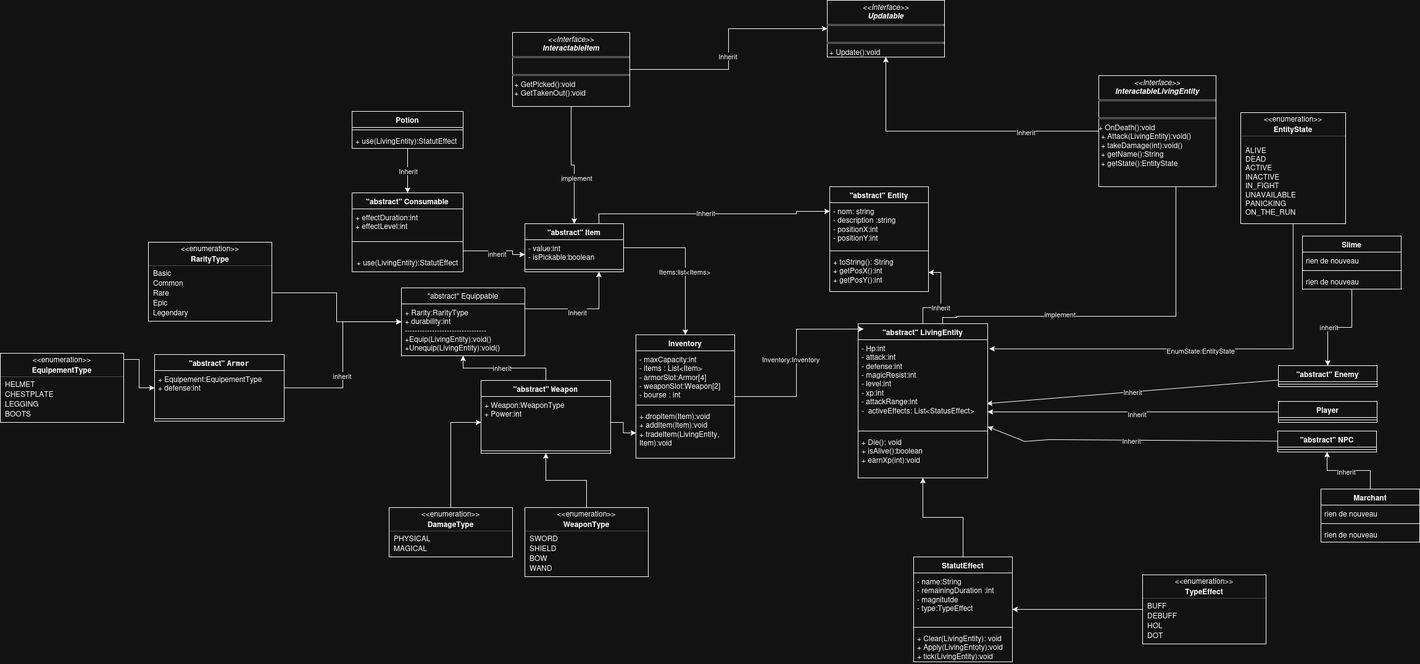
llibanm/Game_V0 keeps this draw.io diagram as UML game .drawio.png. Above is the earlier version. Source tidied: cells renumbered, new cells last; positions are measured from the earlier drawing's top-left corner, leaving out a move shared by most shapes.
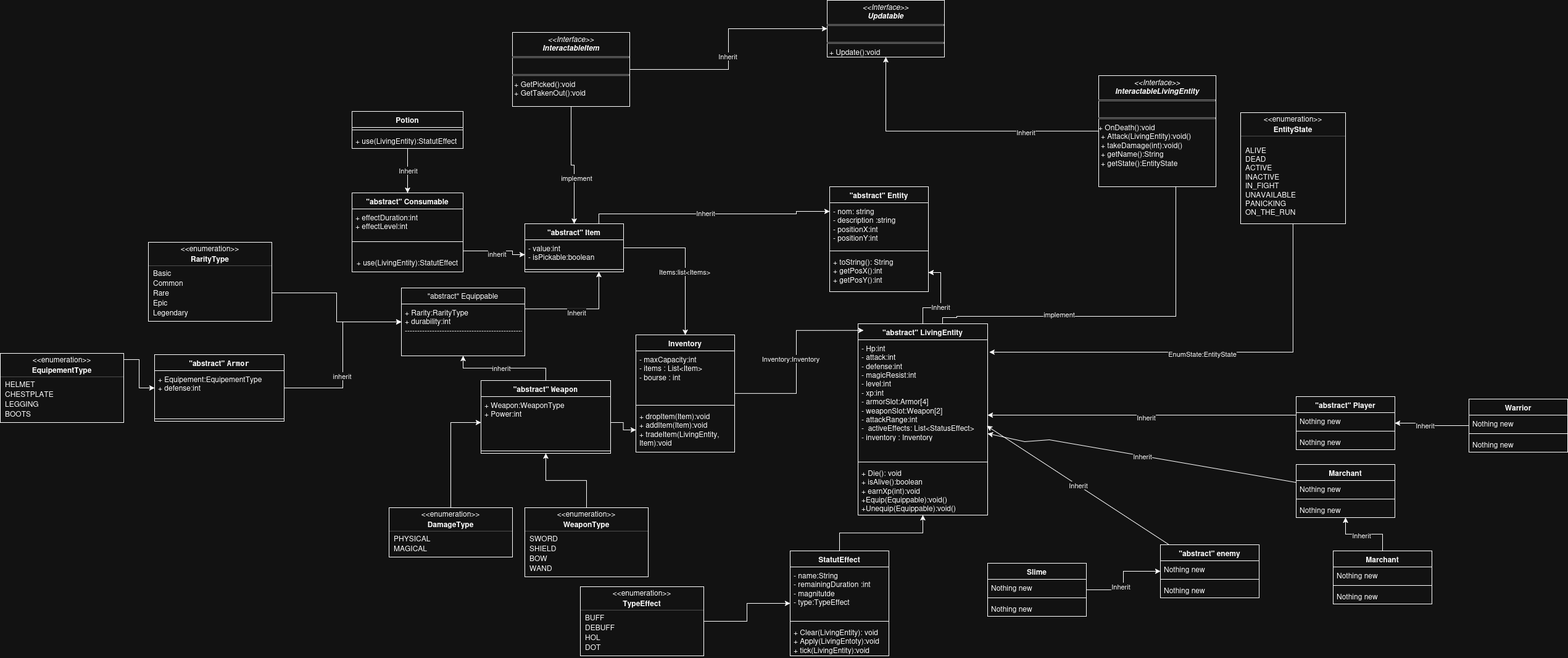
The same diagram one commit later.

Commit message:
changed armor and weapon slot from equippable as well as equip and unequip to Class LivingEntity

Change to the diagram source:
```diff
@@ -16,9 +16,3 @@
     </mxCell>
-    <mxCell id="6" value="&quot;abstract&quot;&amp;nbsp;NPC" style="swimlane;fontStyle=1;align=center;verticalAlign=top;horizontal=1;startSize=26;whiteSpace=wrap;html=1;" parent="1" vertex="1">
-      <mxGeometry x="2070" y="698" width="160" height="34" as="geometry" />
-    </mxCell>
-    <mxCell id="7" style="line;strokeWidth=1;fillColor=none;align=left;verticalAlign=middle;spacingTop=-1;spacingLeft=3;spacingRight=3;labelPosition=right;strokeColor=inherit;" parent="6" vertex="1">
-      <mxGeometry y="26" width="160" height="8" as="geometry" />
-    </mxCell>
-    <mxCell id="8" style="endArrow=classic;html=1;rounded=0;" parent="1" edge="1" source="6" target="30">
+    <mxCell id="8" style="endArrow=classic;html=1;rounded=0;" parent="1" edge="1" source="165" target="30">
       <mxGeometry relative="1" as="geometry">
@@ -33,9 +27,3 @@
     </mxCell>
-    <mxCell id="10" value="&quot;abstract&quot; Enemy" style="swimlane;fontStyle=1;align=center;verticalAlign=top;horizontal=1;startSize=26;whiteSpace=wrap;html=1;" parent="1" vertex="1">
-      <mxGeometry x="2071" y="592" width="160" height="34" as="geometry" />
-    </mxCell>
-    <mxCell id="11" style="line;strokeWidth=1;fillColor=none;align=left;verticalAlign=middle;spacingTop=-1;spacingLeft=3;spacingRight=3;labelPosition=right;strokeColor=inherit;" parent="10" vertex="1">
-      <mxGeometry y="26" width="160" height="8" as="geometry" />
-    </mxCell>
-    <mxCell id="12" style="endArrow=classic;html=1;rounded=0;entryX=0.994;entryY=0.719;entryDx=0;entryDy=0;entryPerimeter=0;" parent="1" edge="1" source="10" target="31">
+    <mxCell id="12" style="endArrow=classic;html=1;rounded=0;entryX=0.994;entryY=0.719;entryDx=0;entryDy=0;entryPerimeter=0;" parent="1" edge="1" source="161" target="31">
       <mxGeometry relative="1" as="geometry" />
@@ -101,12 +89,12 @@
     <mxCell id="30" value="&quot;abstract&quot;&amp;nbsp;LivingEntity" style="swimlane;fontStyle=1;align=center;verticalAlign=top;horizontal=1;startSize=26;whiteSpace=wrap;html=1;" parent="1" vertex="1">
-      <mxGeometry x="1390" y="524" width="210" height="250" as="geometry" />
+      <mxGeometry x="1390" y="524" width="210" height="310" as="geometry" />
     </mxCell>
-    <mxCell id="31" value="&lt;div&gt;- Hp:int&lt;/div&gt;&lt;div&gt;- attack:int&lt;/div&gt;&lt;div&gt;- defense:int&lt;/div&gt;&lt;div&gt;- magicResist:int&lt;/div&gt;&lt;div&gt;- level:int&lt;/div&gt;&lt;div&gt;- xp:int&lt;/div&gt;&lt;div&gt;- attackRange:int&lt;/div&gt;&lt;div&gt;-&amp;nbsp; activeEffects: List&amp;lt;StatusEffect&amp;gt;&lt;/div&gt;&lt;div&gt;&lt;br&gt;&lt;/div&gt;" style="text;strokeColor=none;fillColor=none;align=left;verticalAlign=top;spacingLeft=4;spacingRight=4;overflow=hidden;points=[[0,0.5],[1,0.5]];portConstraint=eastwest;whiteSpace=wrap;html=1;" parent="30" vertex="1">
-      <mxGeometry y="26" width="210" height="144" as="geometry" />
+    <mxCell id="31" value="&lt;div&gt;- Hp:int&lt;/div&gt;&lt;div&gt;- attack:int&lt;/div&gt;&lt;div&gt;- defense:int&lt;/div&gt;&lt;div&gt;- magicResist:int&lt;/div&gt;&lt;div&gt;- level:int&lt;/div&gt;&lt;div&gt;- xp:int&lt;/div&gt;&lt;div&gt;- armorSlot:Armor[4]&lt;br&gt;&lt;div&gt;- weaponSlot:Weapon[2]&lt;/div&gt;&lt;/div&gt;&lt;div&gt;- attackRange:int&lt;/div&gt;&lt;div&gt;-&amp;nbsp; activeEffects: List&amp;lt;StatusEffect&amp;gt;&lt;/div&gt;&lt;div&gt;- inventory : Inventory&lt;/div&gt;" style="text;strokeColor=none;fillColor=none;align=left;verticalAlign=top;spacingLeft=4;spacingRight=4;overflow=hidden;points=[[0,0.5],[1,0.5]];portConstraint=eastwest;whiteSpace=wrap;html=1;" parent="30" vertex="1">
+      <mxGeometry y="26" width="210" height="194" as="geometry" />
     </mxCell>
     <mxCell id="32" style="line;strokeWidth=1;fillColor=none;align=left;verticalAlign=middle;spacingTop=-1;spacingLeft=3;spacingRight=3;labelPosition=right;strokeColor=inherit;" parent="30" vertex="1">
-      <mxGeometry y="170" width="210" height="8" as="geometry" />
+      <mxGeometry y="220" width="210" height="8" as="geometry" />
     </mxCell>
-    <mxCell id="33" value="+ Die(): void&lt;br&gt;+ isAlive():boolean&lt;br&gt;+ earnXp(int):void" style="text;strokeColor=none;fillColor=none;align=left;verticalAlign=top;spacingLeft=4;spacingRight=4;overflow=hidden;whiteSpace=wrap;html=1;" parent="30" vertex="1">
-      <mxGeometry y="178" width="210" height="72" as="geometry" />
+    <mxCell id="33" value="+ Die(): void&lt;br&gt;+ isAlive():boolean&lt;br&gt;&lt;div&gt;+ earnXp(int):void&lt;/div&gt;&lt;div&gt;+Equip(Equippable):void()&lt;br&gt;+Unequip(Equippable):void()&lt;/div&gt;" style="text;strokeColor=none;fillColor=none;align=left;verticalAlign=top;spacingLeft=4;spacingRight=4;overflow=hidden;whiteSpace=wrap;html=1;" parent="30" vertex="1">
+      <mxGeometry y="228" width="210" height="82" as="geometry" />
     </mxCell>
@@ -136,5 +124,5 @@
     <mxCell id="41" value="Inventory" style="swimlane;fontStyle=1;align=center;verticalAlign=top;horizontal=1;startSize=26;whiteSpace=wrap;html=1;" parent="1" vertex="1">
-      <mxGeometry x="1030" y="542" width="160" height="200" as="geometry" />
+      <mxGeometry x="1030" y="542" width="160" height="190" as="geometry" />
     </mxCell>
-    <mxCell id="42" value="&lt;div&gt;- maxCapacity:int&lt;/div&gt;&lt;div&gt;- items : List&amp;lt;Item&amp;gt;&lt;/div&gt;&lt;div&gt;&lt;div&gt;- armorSlot:Armor[4]&lt;br&gt;&lt;div&gt;- weaponSlot:Weapon[2]&lt;/div&gt;&lt;div&gt;- bourse : int&lt;/div&gt;&lt;/div&gt;&lt;br&gt;&lt;/div&gt;" style="text;strokeColor=none;fillColor=none;align=left;verticalAlign=top;spacingLeft=4;spacingRight=4;overflow=hidden;whiteSpace=wrap;html=1;" parent="41" vertex="1">
+    <mxCell id="42" value="&lt;div&gt;- maxCapacity:int&lt;/div&gt;&lt;div&gt;- items : List&amp;lt;Item&amp;gt;&lt;div&gt;- bourse : int&lt;/div&gt;&lt;/div&gt;&lt;div&gt;&lt;br&gt;&lt;/div&gt;" style="text;strokeColor=none;fillColor=none;align=left;verticalAlign=top;spacingLeft=4;spacingRight=4;overflow=hidden;whiteSpace=wrap;html=1;" parent="41" vertex="1">
       <mxGeometry y="26" width="160" height="84" as="geometry" />
@@ -144,4 +132,4 @@
     </mxCell>
-    <mxCell id="44" value="&lt;div&gt;+ dropItem(Item):void&lt;/div&gt;&lt;div&gt;+ addItem(Item):void&lt;/div&gt;&lt;div&gt;+ tradeItem(LivingEntity, Item):void&lt;div&gt;&lt;br&gt;&lt;/div&gt;&lt;br&gt;&lt;/div&gt;" style="text;strokeColor=none;fillColor=none;align=left;verticalAlign=top;spacingLeft=4;spacingRight=4;overflow=hidden;points=[[0,0.5],[1,0.5]];portConstraint=eastwest;whiteSpace=wrap;html=1;" parent="41" vertex="1">
-      <mxGeometry y="118" width="160" height="82" as="geometry" />
+    <mxCell id="44" value="&lt;div&gt;+ dropItem(Item):void&lt;/div&gt;&lt;div&gt;+ addItem(Item):void&lt;/div&gt;&lt;div&gt;+ tradeItem(LivingEntity, Item):void&lt;br&gt;&lt;br&gt;&lt;/div&gt;" style="text;strokeColor=none;fillColor=none;align=left;verticalAlign=top;spacingLeft=4;spacingRight=4;overflow=hidden;points=[[0,0.5],[1,0.5]];portConstraint=eastwest;whiteSpace=wrap;html=1;" parent="41" vertex="1">
+      <mxGeometry y="118" width="160" height="72" as="geometry" />
     </mxCell>
@@ -336,3 +324,3 @@
     </mxCell>
-    <mxCell id="102" value="&lt;div&gt;+ Rarity:RarityType&lt;/div&gt;&lt;div&gt;+ durability:int&lt;/div&gt;&lt;div&gt;---------------------------------&lt;/div&gt;+Equip(LivingEntity):void()&lt;br&gt;+Unequip(LivingEntity):void()" style="text;strokeColor=none;fillColor=none;align=left;verticalAlign=top;spacingLeft=4;spacingRight=4;overflow=hidden;whiteSpace=wrap;html=1;" parent="101" vertex="1">
+    <mxCell id="102" value="&lt;div&gt;+ Rarity:RarityType&lt;/div&gt;&lt;div&gt;+ durability:int&lt;/div&gt;&lt;div&gt;------------------------------------------------&lt;/div&gt;" style="text;strokeColor=none;fillColor=none;align=left;verticalAlign=top;spacingLeft=4;spacingRight=4;overflow=hidden;whiteSpace=wrap;html=1;" parent="101" vertex="1">
       <mxGeometry y="26" width="200" height="84" as="geometry" />
@@ -342,7 +330,7 @@
     </mxCell>
-    <mxCell id="104" style="edgeStyle=orthogonalEdgeStyle;rounded=0;jettySize=auto;html=1;" parent="1" edge="1" source="106" target="30">
+    <mxCell id="104" style="edgeStyle=orthogonalEdgeStyle;rounded=0;jettySize=auto;html=1;" parent="1" edge="1" source="157" target="30">
       <mxGeometry relative="1" as="geometry">
         <Array as="points">
-          <mxPoint x="1600" y="665" />
-          <mxPoint x="1600" y="665" />
+          <mxPoint x="2030" y="672" />
+          <mxPoint x="2030" y="672" />
         </Array>
@@ -353,8 +341,2 @@
     </mxCell>
-    <mxCell id="106" value="Player" style="swimlane;fontStyle=1;align=center;verticalAlign=top;horizontal=1;startSize=26;whiteSpace=wrap;html=1;" parent="1" vertex="1">
-      <mxGeometry x="2071" y="650" width="160" height="34" as="geometry" />
-    </mxCell>
-    <mxCell id="107" style="line;strokeWidth=1;fillColor=none;align=left;verticalAlign=middle;spacingTop=-1;spacingLeft=3;spacingRight=3;labelPosition=right;strokeColor=inherit;" parent="106" vertex="1">
-      <mxGeometry y="26" width="160" height="8" as="geometry" />
-    </mxCell>
     <mxCell id="108" style="edgeStyle=orthogonalEdgeStyle;rounded=0;jettySize=auto;html=1;" parent="1" edge="1" source="109" target="85">
@@ -387,3 +369,3 @@
     <mxCell id="117" value="StatutEffect" style="swimlane;fontStyle=1;align=center;verticalAlign=top;horizontal=1;startSize=26;whiteSpace=wrap;html=1;" parent="1" vertex="1">
-      <mxGeometry x="1480" y="902" width="160" height="170" as="geometry" />
+      <mxGeometry x="1280" y="892" width="160" height="170" as="geometry" />
     </mxCell>
@@ -402,3 +384,3 @@
     <mxCell id="122" style="fontStyle=1;align=center;verticalAlign=middle;horizontal=1;" parent="1" vertex="1">
-      <mxGeometry x="1851" y="931" width="200" height="112" as="geometry" />
+      <mxGeometry x="940" y="950" width="200" height="112" as="geometry" />
     </mxCell>
@@ -428,12 +410,12 @@
     </mxCell>
-    <mxCell id="131" style="edgeStyle=orthogonalEdgeStyle;rounded=0;jettySize=auto;html=1;" parent="1" edge="1" source="133" target="10">
-      <mxGeometry relative="1" as="geometry" />
-    </mxCell>
-    <mxCell id="132" value="inherit" style="edgeLabel;html=1;align=center;verticalAlign=middle;" parent="131" vertex="1">
-      <mxGeometry x="0.22" y="-1" relative="1" as="geometry" />
-    </mxCell>
+    <mxCell id="149" style="edgeStyle=orthogonalEdgeStyle;rounded=0;jettySize=auto;html=1;" parent="1" edge="1" source="133" target="161">
+      <mxGeometry relative="1" as="geometry" />
+    </mxCell>
+    <mxCell id="150" value="Inherit" style="edgeLabel;html=1;align=center;verticalAlign=middle;" parent="149" vertex="1">
+      <mxGeometry x="-0.12" y="5" relative="1" as="geometry" />
+    </mxCell>
     <mxCell id="133" value="&lt;div&gt;Slime&lt;/div&gt;&lt;div&gt;&lt;br&gt;&lt;/div&gt;" style="swimlane;fontStyle=1;align=center;verticalAlign=top;horizontal=1;startSize=26;whiteSpace=wrap;html=1;" parent="1" vertex="1">
-      <mxGeometry x="2110" y="382" width="160" height="86" as="geometry" />
+      <mxGeometry x="1600" y="912" width="160" height="86" as="geometry" />
     </mxCell>
-    <mxCell id="134" value="rien de nouveau" style="text;strokeColor=none;fillColor=none;align=left;verticalAlign=top;spacingLeft=4;spacingRight=4;overflow=hidden;whiteSpace=wrap;html=1;" parent="133" vertex="1">
+    <mxCell id="134" value="Nothing new" style="text;strokeColor=none;fillColor=none;align=left;verticalAlign=top;spacingLeft=4;spacingRight=4;overflow=hidden;whiteSpace=wrap;html=1;" parent="133" vertex="1">
       <mxGeometry y="26" width="160" height="26" as="geometry" />
@@ -443,6 +425,6 @@
     </mxCell>
-    <mxCell id="136" value="rien de nouveau" style="text;strokeColor=none;fillColor=none;align=left;verticalAlign=top;spacingLeft=4;spacingRight=4;overflow=hidden;whiteSpace=wrap;html=1;" parent="133" vertex="1">
+    <mxCell id="136" value="Nothing new" style="text;strokeColor=none;fillColor=none;align=left;verticalAlign=top;spacingLeft=4;spacingRight=4;overflow=hidden;whiteSpace=wrap;html=1;" parent="133" vertex="1">
       <mxGeometry y="60" width="160" height="26" as="geometry" />
     </mxCell>
-    <mxCell id="137" style="edgeStyle=orthogonalEdgeStyle;rounded=0;jettySize=auto;html=1;" parent="1" edge="1" source="139" target="6">
+    <mxCell id="137" style="edgeStyle=orthogonalEdgeStyle;rounded=0;jettySize=auto;html=1;" parent="1" edge="1" source="139" target="165">
       <mxGeometry relative="1" as="geometry" />
@@ -453,5 +435,5 @@
     <mxCell id="139" value="Marchant" style="swimlane;fontStyle=1;align=center;verticalAlign=top;horizontal=1;startSize=26;whiteSpace=wrap;html=1;" parent="1" vertex="1">
-      <mxGeometry x="2140" y="792" width="160" height="86" as="geometry" />
+      <mxGeometry x="2160" y="892" width="160" height="86" as="geometry" />
     </mxCell>
-    <mxCell id="140" value="rien de nouveau" style="text;strokeColor=none;fillColor=none;align=left;verticalAlign=top;spacingLeft=4;spacingRight=4;overflow=hidden;whiteSpace=wrap;html=1;" parent="139" vertex="1">
+    <mxCell id="140" value="Nothing new" style="text;strokeColor=none;fillColor=none;align=left;verticalAlign=top;spacingLeft=4;spacingRight=4;overflow=hidden;whiteSpace=wrap;html=1;" parent="139" vertex="1">
       <mxGeometry y="26" width="160" height="26" as="geometry" />
@@ -461,3 +443,3 @@
     </mxCell>
-    <mxCell id="142" value="rien de nouveau" style="text;strokeColor=none;fillColor=none;align=left;verticalAlign=top;spacingLeft=4;spacingRight=4;overflow=hidden;whiteSpace=wrap;html=1;" parent="139" vertex="1">
+    <mxCell id="142" value="Nothing new" style="text;strokeColor=none;fillColor=none;align=left;verticalAlign=top;spacingLeft=4;spacingRight=4;overflow=hidden;whiteSpace=wrap;html=1;" parent="139" vertex="1">
       <mxGeometry y="60" width="160" height="26" as="geometry" />
@@ -482,2 +464,56 @@
     </mxCell>
+    <mxCell id="151" style="edgeStyle=orthogonalEdgeStyle;rounded=0;jettySize=auto;html=1;" parent="1" edge="1" source="153" target="157">
+      <mxGeometry relative="1" as="geometry" />
+    </mxCell>
+    <mxCell id="152" value="Inherit" style="edgeLabel;html=1;align=center;verticalAlign=middle;" parent="151" vertex="1">
+      <mxGeometry x="0.22" y="3" relative="1" as="geometry" />
+    </mxCell>
+    <mxCell id="153" value="Warrior" style="swimlane;fontStyle=1;align=center;verticalAlign=top;horizontal=1;startSize=26;whiteSpace=wrap;html=1;" parent="1" vertex="1">
+      <mxGeometry x="2380" y="646" width="160" height="86" as="geometry" />
+    </mxCell>
+    <mxCell id="154" value="Nothing new" style="text;strokeColor=none;fillColor=none;align=left;verticalAlign=top;spacingLeft=4;spacingRight=4;overflow=hidden;whiteSpace=wrap;html=1;" parent="153" vertex="1">
+      <mxGeometry y="26" width="160" height="26" as="geometry" />
+    </mxCell>
+    <mxCell id="155" style="line;strokeWidth=1;fillColor=none;align=left;verticalAlign=middle;spacingTop=-1;spacingLeft=3;spacingRight=3;labelPosition=right;strokeColor=inherit;" parent="153" vertex="1">
+      <mxGeometry y="52" width="160" height="8" as="geometry" />
+    </mxCell>
+    <mxCell id="156" value="Nothing new" style="text;strokeColor=none;fillColor=none;align=left;verticalAlign=top;spacingLeft=4;spacingRight=4;overflow=hidden;whiteSpace=wrap;html=1;" parent="153" vertex="1">
+      <mxGeometry y="60" width="160" height="26" as="geometry" />
+    </mxCell>
+    <mxCell id="157" value="&quot;abstract&quot; Player" style="swimlane;fontStyle=1;align=center;verticalAlign=top;horizontal=1;startSize=26;whiteSpace=wrap;html=1;" parent="1" vertex="1">
+      <mxGeometry x="2100" y="642" width="160" height="86" as="geometry" />
+    </mxCell>
+    <mxCell id="158" value="Nothing new" style="text;strokeColor=none;fillColor=none;align=left;verticalAlign=top;spacingLeft=4;spacingRight=4;overflow=hidden;whiteSpace=wrap;html=1;" parent="157" vertex="1">
+      <mxGeometry y="26" width="160" height="26" as="geometry" />
+    </mxCell>
+    <mxCell id="159" style="line;strokeWidth=1;fillColor=none;align=left;verticalAlign=middle;spacingTop=-1;spacingLeft=3;spacingRight=3;labelPosition=right;strokeColor=inherit;" parent="157" vertex="1">
+      <mxGeometry y="52" width="160" height="8" as="geometry" />
+    </mxCell>
+    <mxCell id="160" value="Nothing new" style="text;strokeColor=none;fillColor=none;align=left;verticalAlign=top;spacingLeft=4;spacingRight=4;overflow=hidden;whiteSpace=wrap;html=1;" parent="157" vertex="1">
+      <mxGeometry y="60" width="160" height="26" as="geometry" />
+    </mxCell>
+    <mxCell id="161" value="&quot;abstract&quot; enemy" style="swimlane;fontStyle=1;align=center;verticalAlign=top;horizontal=1;startSize=26;whiteSpace=wrap;html=1;" parent="1" vertex="1">
+      <mxGeometry x="1880" y="882" width="160" height="86" as="geometry" />
+    </mxCell>
+    <mxCell id="162" value="Nothing new" style="text;strokeColor=none;fillColor=none;align=left;verticalAlign=top;spacingLeft=4;spacingRight=4;overflow=hidden;whiteSpace=wrap;html=1;" parent="161" vertex="1">
+      <mxGeometry y="26" width="160" height="26" as="geometry" />
+    </mxCell>
+    <mxCell id="163" style="line;strokeWidth=1;fillColor=none;align=left;verticalAlign=middle;spacingTop=-1;spacingLeft=3;spacingRight=3;labelPosition=right;strokeColor=inherit;" parent="161" vertex="1">
+      <mxGeometry y="52" width="160" height="8" as="geometry" />
+    </mxCell>
+    <mxCell id="164" value="Nothing new" style="text;strokeColor=none;fillColor=none;align=left;verticalAlign=top;spacingLeft=4;spacingRight=4;overflow=hidden;whiteSpace=wrap;html=1;" parent="161" vertex="1">
+      <mxGeometry y="60" width="160" height="26" as="geometry" />
+    </mxCell>
+    <mxCell id="165" value="Marchant" style="swimlane;fontStyle=1;align=center;verticalAlign=top;horizontal=1;startSize=26;whiteSpace=wrap;html=1;" parent="1" vertex="1">
+      <mxGeometry x="2100" y="752" width="160" height="86" as="geometry" />
+    </mxCell>
+    <mxCell id="166" value="Nothing new" style="text;strokeColor=none;fillColor=none;align=left;verticalAlign=top;spacingLeft=4;spacingRight=4;overflow=hidden;whiteSpace=wrap;html=1;" parent="165" vertex="1">
+      <mxGeometry y="26" width="160" height="26" as="geometry" />
+    </mxCell>
+    <mxCell id="167" style="line;strokeWidth=1;fillColor=none;align=left;verticalAlign=middle;spacingTop=-1;spacingLeft=3;spacingRight=3;labelPosition=right;strokeColor=inherit;" parent="165" vertex="1">
+      <mxGeometry y="52" width="160" height="8" as="geometry" />
+    </mxCell>
+    <mxCell id="168" value="Nothing new" style="text;strokeColor=none;fillColor=none;align=left;verticalAlign=top;spacingLeft=4;spacingRight=4;overflow=hidden;whiteSpace=wrap;html=1;" parent="165" vertex="1">
+      <mxGeometry y="60" width="160" height="26" as="geometry" />
+    </mxCell>
   </root>
```
